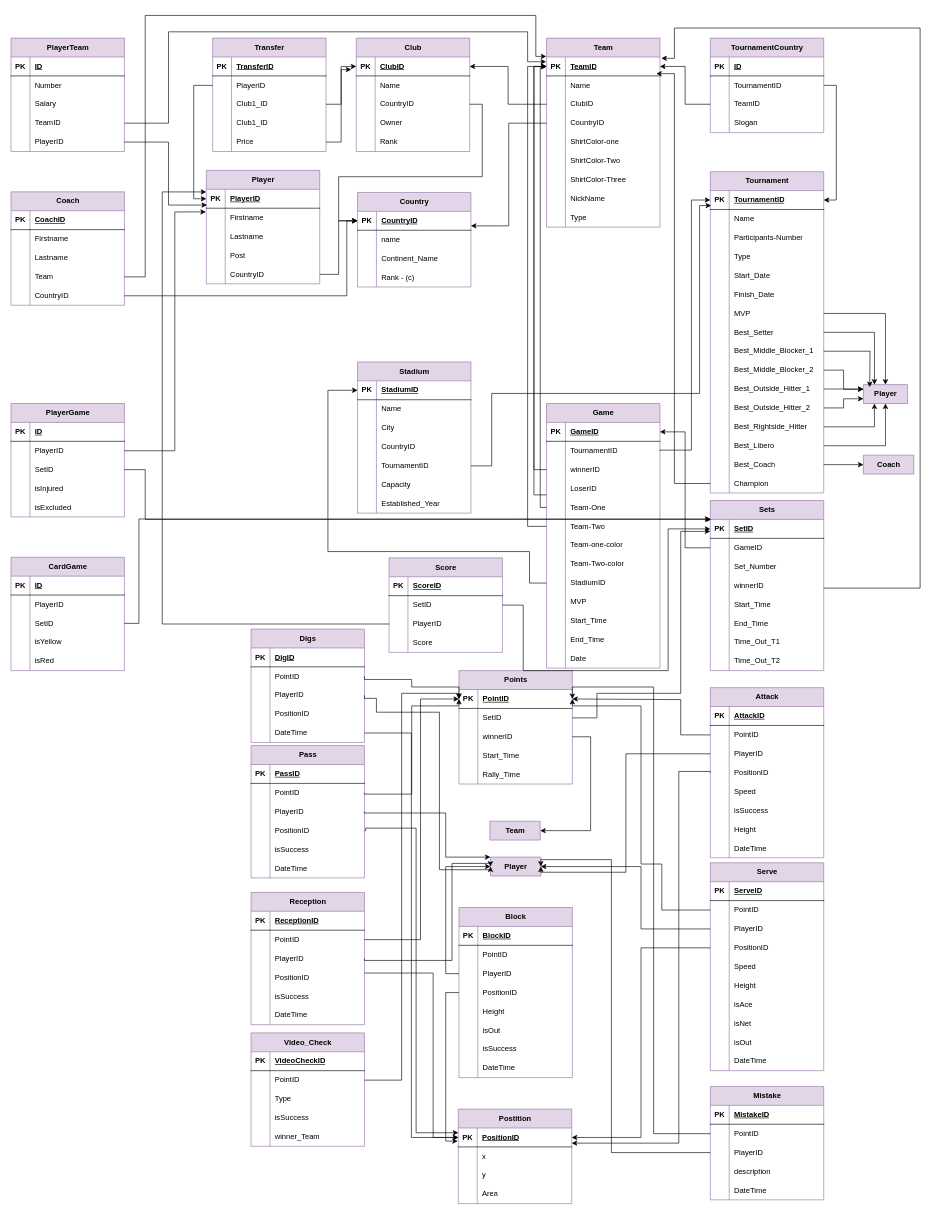
Above: page "ER-Diagram" (1 of 2) of DB2_Project_Diagrams.drawio in Matinrezaei/Software-Lab (draw.io), before the change. Source tidied: cells renumbered, new cells numbered last; positions are measured from the earlier drawing's top-left corner, leaving out a move shared by most shapes. Both pictures are drawn from the tidied source at 63%, with x=0, y=0 at pixel (11, 15).
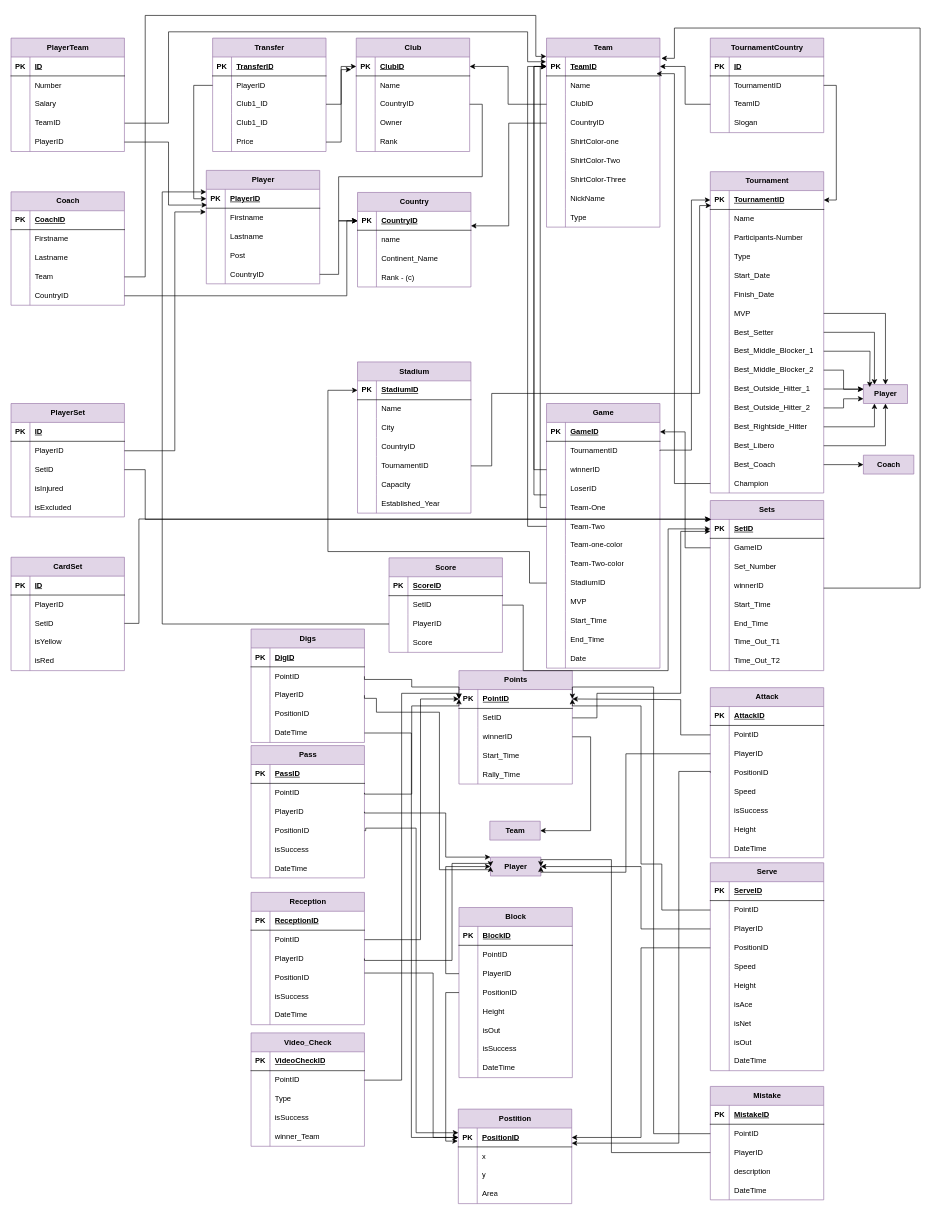
Above is the later version.

The edit, as a diff of the source:
```diff
@@
-    <mxCell id="505" value="PlayerGame" style="shape=table;startSize=30;childLayout=tableLayout;rowLines=0;fontStyle=1;align=center;html=1;fillColor=#e1d5e7;strokeColor=#9673a6;" parent="1" vertex="1">
+    <mxCell id="505" value="PlayerSet" style="shape=table;startSize=30;childLayout=tableLayout;rowLines=0;fontStyle=1;align=center;html=1;fillColor=#e1d5e7;strokeColor=#9673a6;" parent="1" vertex="1">
       <mxGeometry y="616" width="180" height="180" as="geometry" />
     </mxCell>
@@
-    <mxCell id="544" value="CardGame" style="shape=table;startSize=30;childLayout=tableLayout;rowLines=0;fontStyle=1;align=center;html=1;fillColor=#e1d5e7;strokeColor=#9673a6;" parent="1" vertex="1">
+    <mxCell id="544" value="CardSet" style="shape=table;startSize=30;childLayout=tableLayout;rowLines=0;fontStyle=1;align=center;html=1;fillColor=#e1d5e7;strokeColor=#9673a6;" parent="1" vertex="1">
       <mxGeometry y="860" width="180" height="180" as="geometry" />
     </mxCell>
```
